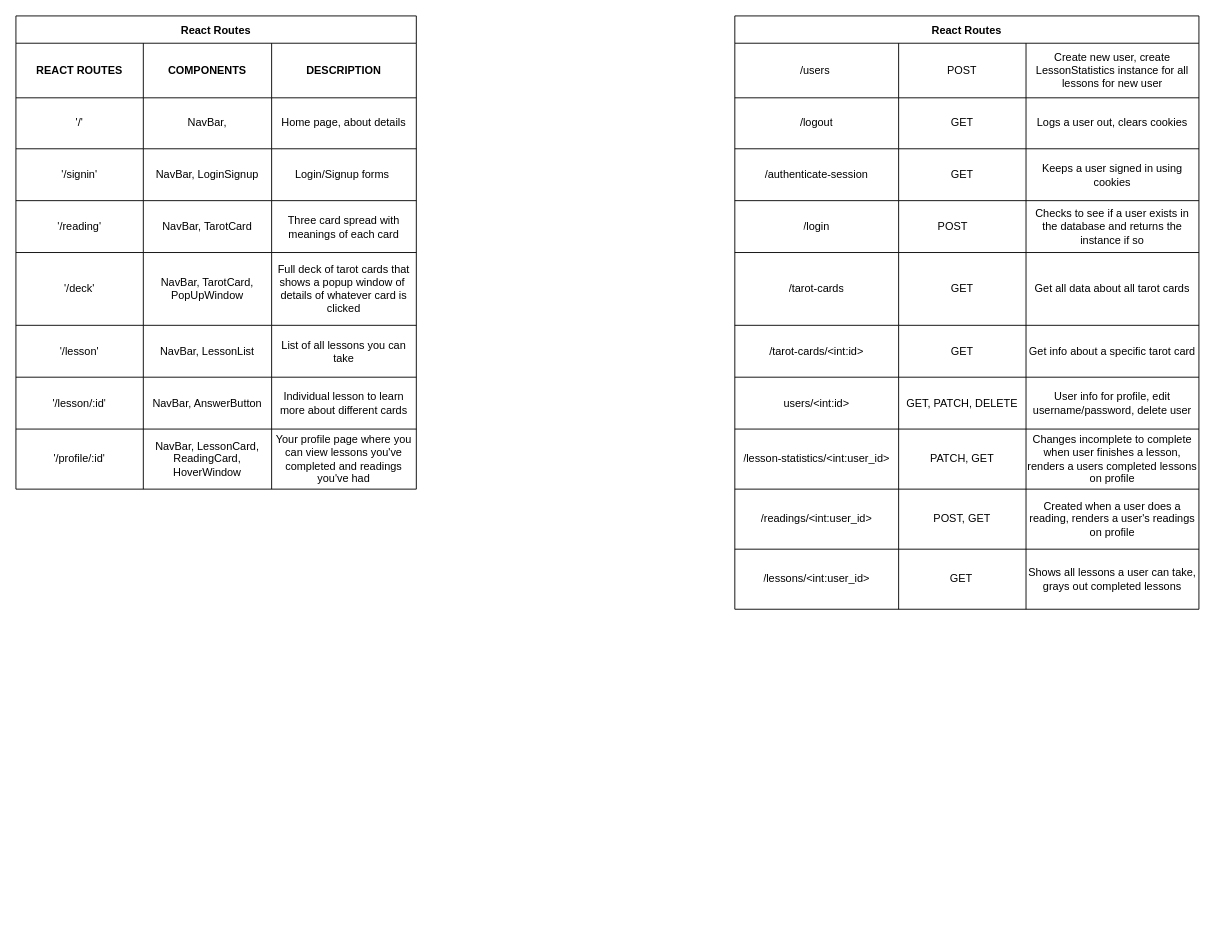
Earlier version of the draw.io diagram planning/routes.drawio (jasentm/read-me). Source tidied: cells renumbered, new cells numbered last; positions are measured from the earlier drawing's top-left corner, leaving out a move shared by most shapes. Both pictures are drawn from the tidied source at 91%, with x=0, y=0 at pixel (15, 15).
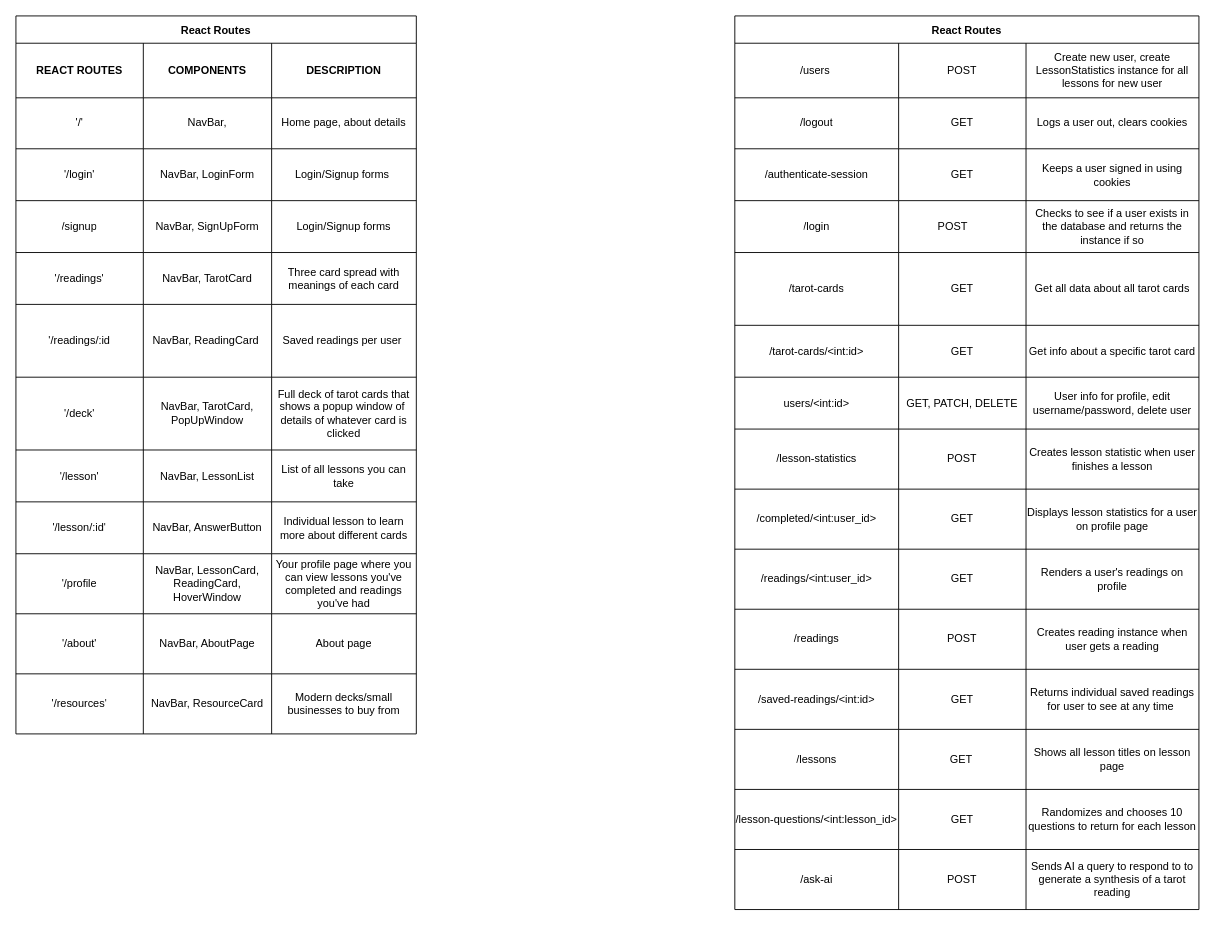
The same page after the edit.

The change refers to these unchanged cells:
```xml
<mxCell id="11" style="shape=tableRow;horizontal=0;startSize=0;swimlaneHead=0;swimlaneBody=0;top=0;left=0;bottom=0;right=0;fillColor=none;" parent="2" vertex="1">
  <mxGeometry y="146" width="440" height="57" as="geometry" />
</mxCell>
<mxCell id="64" style="shape=tableRow;horizontal=0;startSize=0;swimlaneHead=0;swimlaneBody=0;top=0;left=0;bottom=0;right=0;fillColor=none;" parent="35" vertex="1">
  <mxGeometry y="454" width="510" height="66" as="geometry" />
</mxCell>
```

What changed in the source:
```diff
@@
     <mxCell id="2" value="React Routes" style="shape=table;startSize=30;childLayout=tableLayout;fontStyle=1;align=center;" parent="1" vertex="1">
-      <mxGeometry width="440" height="520" as="geometry" />
+      <mxGeometry width="440" height="789" as="geometry" />
     </mxCell>
@@
-    <mxCell id="12" value="'/signin'" style="shape=partialRectangle;html=1;whiteSpace=wrap;fillColor=none;top=0;left=0;bottom=0;right=0;overflow=hidden;" parent="11" vertex="1">
+    <mxCell id="12" value="'/login'" style="shape=partialRectangle;html=1;whiteSpace=wrap;fillColor=none;top=0;left=0;bottom=0;right=0;overflow=hidden;" parent="11" vertex="1">
       <mxGeometry width="140" height="57" as="geometry" />
     </mxCell>
-    <mxCell id="13" value="NavBar, LoginSignup" style="shape=partialRectangle;html=1;whiteSpace=wrap;fillColor=none;top=0;left=0;bottom=0;right=0;overflow=hidden;" parent="11" vertex="1">
+    <mxCell id="13" value="NavBar, LoginForm" style="shape=partialRectangle;html=1;whiteSpace=wrap;fillColor=none;top=0;left=0;bottom=0;right=0;overflow=hidden;" parent="11" vertex="1">
       <mxGeometry x="140" width="141" height="57" as="geometry" />
     </mxCell>
@@
+    <mxCell id="76" style="shape=tableRow;horizontal=0;startSize=0;swimlaneHead=0;swimlaneBody=0;top=0;left=0;bottom=0;right=0;fillColor=none;" parent="2" vertex="1">
+      <mxGeometry y="203" width="440" height="57" as="geometry" />
+    </mxCell>
+    <mxCell id="77" value="/signup" style="shape=partialRectangle;html=1;whiteSpace=wrap;fillColor=none;top=0;left=0;bottom=0;right=0;overflow=hidden;" parent="76" vertex="1">
+      <mxGeometry width="140" height="57" as="geometry" />
+    </mxCell>
+    <mxCell id="78" value="NavBar, SignUpForm" style="shape=partialRectangle;html=1;whiteSpace=wrap;fillColor=none;top=0;left=0;bottom=0;right=0;overflow=hidden;" parent="76" vertex="1">
+      <mxGeometry x="140" width="141" height="57" as="geometry" />
+    </mxCell>
+    <mxCell id="79" value="Login/Signup forms" style="shape=partialRectangle;html=1;whiteSpace=wrap;fillColor=none;top=0;left=0;bottom=0;right=0;overflow=hidden;" parent="76" vertex="1">
+      <mxGeometry x="281" width="159" height="57" as="geometry" />
+    </mxCell>
     <mxCell id="15" style="shape=tableRow;horizontal=0;startSize=0;swimlaneHead=0;swimlaneBody=0;top=0;left=0;bottom=0;right=0;fillColor=none;" parent="2" vertex="1">
-      <mxGeometry y="203" width="440" height="57" as="geometry" />
+      <mxGeometry y="260" width="440" height="57" as="geometry" />
     </mxCell>
-    <mxCell id="16" value="'/reading'" style="shape=partialRectangle;html=1;whiteSpace=wrap;fillColor=none;top=0;left=0;bottom=0;right=0;overflow=hidden;" parent="15" vertex="1">
+    <mxCell id="16" value="'/readings'" style="shape=partialRectangle;html=1;whiteSpace=wrap;fillColor=none;top=0;left=0;bottom=0;right=0;overflow=hidden;" parent="15" vertex="1">
       <mxGeometry width="140" height="57" as="geometry" />
     </mxCell>
@@
+    <mxCell id="80" style="shape=tableRow;horizontal=0;startSize=0;swimlaneHead=0;swimlaneBody=0;top=0;left=0;bottom=0;right=0;fillColor=none;" parent="2" vertex="1">
+      <mxGeometry y="317" width="440" height="80" as="geometry" />
+    </mxCell>
+    <mxCell id="81" value="'/readings/:id" style="shape=partialRectangle;html=1;whiteSpace=wrap;fillColor=none;top=0;left=0;bottom=0;right=0;overflow=hidden;" parent="80" vertex="1">
+      <mxGeometry width="140" height="80" as="geometry" />
+    </mxCell>
+    <mxCell id="82" value="NavBar, ReadingCard&amp;nbsp;" style="shape=partialRectangle;html=1;whiteSpace=wrap;fillColor=none;top=0;left=0;bottom=0;right=0;overflow=hidden;" parent="80" vertex="1">
+      <mxGeometry x="140" width="141" height="80" as="geometry" />
+    </mxCell>
+    <mxCell id="83" value="Saved readings per user&amp;nbsp;" style="shape=partialRectangle;html=1;whiteSpace=wrap;fillColor=none;top=0;left=0;bottom=0;right=0;overflow=hidden;" parent="80" vertex="1">
+      <mxGeometry x="281" width="159" height="80" as="geometry" />
+    </mxCell>
     <mxCell id="19" style="shape=tableRow;horizontal=0;startSize=0;swimlaneHead=0;swimlaneBody=0;top=0;left=0;bottom=0;right=0;fillColor=none;" parent="2" vertex="1">
-      <mxGeometry y="260" width="440" height="80" as="geometry" />
+      <mxGeometry y="397" width="440" height="80" as="geometry" />
     </mxCell>
@@
     <mxCell id="23" style="shape=tableRow;horizontal=0;startSize=0;swimlaneHead=0;swimlaneBody=0;top=0;left=0;bottom=0;right=0;fillColor=none;" parent="2" vertex="1">
-      <mxGeometry y="340" width="440" height="57" as="geometry" />
+      <mxGeometry y="477" width="440" height="57" as="geometry" />
     </mxCell>
@@
     <mxCell id="27" style="shape=tableRow;horizontal=0;startSize=0;swimlaneHead=0;swimlaneBody=0;top=0;left=0;bottom=0;right=0;fillColor=none;" parent="2" vertex="1">
-      <mxGeometry y="397" width="440" height="57" as="geometry" />
+      <mxGeometry y="534" width="440" height="57" as="geometry" />
     </mxCell>
@@
     <mxCell id="31" style="shape=tableRow;horizontal=0;startSize=0;swimlaneHead=0;swimlaneBody=0;top=0;left=0;bottom=0;right=0;fillColor=none;" parent="2" vertex="1">
-      <mxGeometry y="454" width="440" height="66" as="geometry" />
+      <mxGeometry y="591" width="440" height="66" as="geometry" />
     </mxCell>
-    <mxCell id="32" value="'/profile/:id'" style="shape=partialRectangle;html=1;whiteSpace=wrap;fillColor=none;top=0;left=0;bottom=0;right=0;overflow=hidden;" parent="31" vertex="1">
+    <mxCell id="32" value="'/profile" style="shape=partialRectangle;html=1;whiteSpace=wrap;fillColor=none;top=0;left=0;bottom=0;right=0;overflow=hidden;" parent="31" vertex="1">
       <mxGeometry width="140" height="66" as="geometry" />
     </mxCell>
@@
+    <mxCell id="84" style="shape=tableRow;horizontal=0;startSize=0;swimlaneHead=0;swimlaneBody=0;top=0;left=0;bottom=0;right=0;fillColor=none;" parent="2" vertex="1">
+      <mxGeometry y="657" width="440" height="66" as="geometry" />
+    </mxCell>
+    <mxCell id="85" value="'/about'" style="shape=partialRectangle;html=1;whiteSpace=wrap;fillColor=none;top=0;left=0;bottom=0;right=0;overflow=hidden;" parent="84" vertex="1">
+      <mxGeometry width="140" height="66" as="geometry" />
+    </mxCell>
+    <mxCell id="86" value="NavBar, AboutPage" style="shape=partialRectangle;html=1;whiteSpace=wrap;fillColor=none;top=0;left=0;bottom=0;right=0;overflow=hidden;" parent="84" vertex="1">
+      <mxGeometry x="140" width="141" height="66" as="geometry" />
+    </mxCell>
+    <mxCell id="87" value="About page" style="shape=partialRectangle;html=1;whiteSpace=wrap;fillColor=none;top=0;left=0;bottom=0;right=0;overflow=hidden;" parent="84" vertex="1">
+      <mxGeometry x="281" width="159" height="66" as="geometry" />
+    </mxCell>
+    <mxCell id="88" style="shape=tableRow;horizontal=0;startSize=0;swimlaneHead=0;swimlaneBody=0;top=0;left=0;bottom=0;right=0;fillColor=none;" parent="2" vertex="1">
+      <mxGeometry y="723" width="440" height="66" as="geometry" />
+    </mxCell>
+    <mxCell id="89" value="'/resources'" style="shape=partialRectangle;html=1;whiteSpace=wrap;fillColor=none;top=0;left=0;bottom=0;right=0;overflow=hidden;" parent="88" vertex="1">
+      <mxGeometry width="140" height="66" as="geometry" />
+    </mxCell>
+    <mxCell id="90" value="NavBar, ResourceCard" style="shape=partialRectangle;html=1;whiteSpace=wrap;fillColor=none;top=0;left=0;bottom=0;right=0;overflow=hidden;" parent="88" vertex="1">
+      <mxGeometry x="140" width="141" height="66" as="geometry" />
+    </mxCell>
+    <mxCell id="91" value="Modern decks/small businesses to buy from" style="shape=partialRectangle;html=1;whiteSpace=wrap;fillColor=none;top=0;left=0;bottom=0;right=0;overflow=hidden;" parent="88" vertex="1">
+      <mxGeometry x="281" width="159" height="66" as="geometry" />
+    </mxCell>
     <mxCell id="35" value="React Routes" style="shape=table;startSize=30;childLayout=tableLayout;fontStyle=1;align=center;" parent="1" vertex="1">
-      <mxGeometry x="790" width="510" height="652" as="geometry" />
+      <mxGeometry x="790" width="510" height="982" as="geometry" />
     </mxCell>
@@
-    <mxCell id="65" value="/lesson-statistics/&amp;lt;int:user_id&amp;gt;" style="shape=partialRectangle;html=1;whiteSpace=wrap;fillColor=none;top=0;left=0;bottom=0;right=0;overflow=hidden;" parent="64" vertex="1">
+    <mxCell id="65" value="/lesson-statistics" style="shape=partialRectangle;html=1;whiteSpace=wrap;fillColor=none;top=0;left=0;bottom=0;right=0;overflow=hidden;" parent="64" vertex="1">
       <mxGeometry width="180" height="66" as="geometry" />
     </mxCell>
-    <mxCell id="66" value="PATCH, GET" style="shape=partialRectangle;html=1;whiteSpace=wrap;fillColor=none;top=0;left=0;bottom=0;right=0;overflow=hidden;" parent="64" vertex="1">
+    <mxCell id="66" value="POST" style="shape=partialRectangle;html=1;whiteSpace=wrap;fillColor=none;top=0;left=0;bottom=0;right=0;overflow=hidden;" parent="64" vertex="1">
       <mxGeometry x="180" width="140" height="66" as="geometry" />
     </mxCell>
-    <mxCell id="67" value="Changes incomplete to complete when user finishes a lesson, renders a users completed lessons on profile" style="shape=partialRectangle;html=1;whiteSpace=wrap;fillColor=none;top=0;left=0;bottom=0;right=0;overflow=hidden;" parent="64" vertex="1">
+    <mxCell id="67" value="Creates lesson statistic when user finishes a lesson" style="shape=partialRectangle;html=1;whiteSpace=wrap;fillColor=none;top=0;left=0;bottom=0;right=0;overflow=hidden;" parent="64" vertex="1">
       <mxGeometry x="320" width="190" height="66" as="geometry" />
     </mxCell>
+    <mxCell id="92" style="shape=tableRow;horizontal=0;startSize=0;swimlaneHead=0;swimlaneBody=0;top=0;left=0;bottom=0;right=0;fillColor=none;" parent="35" vertex="1">
+      <mxGeometry y="520" width="510" height="66" as="geometry" />
+    </mxCell>
+    <mxCell id="93" value="/completed/&amp;lt;int:user_id&amp;gt;" style="shape=partialRectangle;html=1;whiteSpace=wrap;fillColor=none;top=0;left=0;bottom=0;right=0;overflow=hidden;" parent="92" vertex="1">
+      <mxGeometry width="180" height="66" as="geometry" />
+    </mxCell>
+    <mxCell id="94" value="GET" style="shape=partialRectangle;html=1;whiteSpace=wrap;fillColor=none;top=0;left=0;bottom=0;right=0;overflow=hidden;" parent="92" vertex="1">
+      <mxGeometry x="180" width="140" height="66" as="geometry" />
+    </mxCell>
+    <mxCell id="95" value="Displays lesson statistics for a user on profile page" style="shape=partialRectangle;html=1;whiteSpace=wrap;fillColor=none;top=0;left=0;bottom=0;right=0;overflow=hidden;" parent="92" vertex="1">
+      <mxGeometry x="320" width="190" height="66" as="geometry" />
+    </mxCell>
     <mxCell id="68" style="shape=tableRow;horizontal=0;startSize=0;swimlaneHead=0;swimlaneBody=0;top=0;left=0;bottom=0;right=0;fillColor=none;" parent="35" vertex="1">
-      <mxGeometry y="520" width="510" height="66" as="geometry" />
+      <mxGeometry y="586" width="510" height="66" as="geometry" />
     </mxCell>
@@
-    <mxCell id="70" value="POST, GET" style="shape=partialRectangle;html=1;whiteSpace=wrap;fillColor=none;top=0;left=0;bottom=0;right=0;overflow=hidden;" parent="68" vertex="1">
+    <mxCell id="70" value="GET" style="shape=partialRectangle;html=1;whiteSpace=wrap;fillColor=none;top=0;left=0;bottom=0;right=0;overflow=hidden;" parent="68" vertex="1">
       <mxGeometry x="180" width="140" height="66" as="geometry" />
     </mxCell>
-    <mxCell id="71" value="Created when a user does a reading, renders a user's readings on profile" style="shape=partialRectangle;html=1;whiteSpace=wrap;fillColor=none;top=0;left=0;bottom=0;right=0;overflow=hidden;" parent="68" vertex="1">
+    <mxCell id="71" value="Renders a user's readings on profile" style="shape=partialRectangle;html=1;whiteSpace=wrap;fillColor=none;top=0;left=0;bottom=0;right=0;overflow=hidden;" parent="68" vertex="1">
       <mxGeometry x="320" width="190" height="66" as="geometry" />
     </mxCell>
+    <mxCell id="96" style="shape=tableRow;horizontal=0;startSize=0;swimlaneHead=0;swimlaneBody=0;top=0;left=0;bottom=0;right=0;fillColor=none;" parent="35" vertex="1">
+      <mxGeometry y="652" width="510" height="66" as="geometry" />
+    </mxCell>
+    <mxCell id="97" value="/readings" style="shape=partialRectangle;html=1;whiteSpace=wrap;fillColor=none;top=0;left=0;bottom=0;right=0;overflow=hidden;" parent="96" vertex="1">
+      <mxGeometry width="180" height="66" as="geometry" />
+    </mxCell>
+    <mxCell id="98" value="POST" style="shape=partialRectangle;html=1;whiteSpace=wrap;fillColor=none;top=0;left=0;bottom=0;right=0;overflow=hidden;" parent="96" vertex="1">
+      <mxGeometry x="180" width="140" height="66" as="geometry" />
+    </mxCell>
+    <mxCell id="99" value="Creates reading instance when user gets a reading" style="shape=partialRectangle;html=1;whiteSpace=wrap;fillColor=none;top=0;left=0;bottom=0;right=0;overflow=hidden;" parent="96" vertex="1">
+      <mxGeometry x="320" width="190" height="66" as="geometry" />
+    </mxCell>
+    <mxCell id="100" style="shape=tableRow;horizontal=0;startSize=0;swimlaneHead=0;swimlaneBody=0;top=0;left=0;bottom=0;right=0;fillColor=none;" parent="35" vertex="1">
+      <mxGeometry y="718" width="510" height="66" as="geometry" />
+    </mxCell>
+    <mxCell id="101" value="/saved-readings/&amp;lt;int:id&amp;gt;" style="shape=partialRectangle;html=1;whiteSpace=wrap;fillColor=none;top=0;left=0;bottom=0;right=0;overflow=hidden;" parent="100" vertex="1">
+      <mxGeometry width="180" height="66" as="geometry" />
+    </mxCell>
+    <mxCell id="102" value="GET" style="shape=partialRectangle;html=1;whiteSpace=wrap;fillColor=none;top=0;left=0;bottom=0;right=0;overflow=hidden;" parent="100" vertex="1">
+      <mxGeometry x="180" width="140" height="66" as="geometry" />
+    </mxCell>
+    <mxCell id="103" value="Returns individual saved readings for user to see at any time&amp;nbsp;" style="shape=partialRectangle;html=1;whiteSpace=wrap;fillColor=none;top=0;left=0;bottom=0;right=0;overflow=hidden;" parent="100" vertex="1">
+      <mxGeometry x="320" width="190" height="66" as="geometry" />
+    </mxCell>
     <mxCell id="72" style="shape=tableRow;horizontal=0;startSize=0;swimlaneHead=0;swimlaneBody=0;top=0;left=0;bottom=0;right=0;fillColor=none;" parent="35" vertex="1">
-      <mxGeometry y="586" width="510" height="66" as="geometry" />
+      <mxGeometry y="784" width="510" height="66" as="geometry" />
     </mxCell>
-    <mxCell id="73" value="/lessons/&amp;lt;int:user_id&amp;gt;" style="shape=partialRectangle;html=1;whiteSpace=wrap;fillColor=none;top=0;left=0;bottom=0;right=0;overflow=hidden;" parent="72" vertex="1">
+    <mxCell id="73" value="/lessons" style="shape=partialRectangle;html=1;whiteSpace=wrap;fillColor=none;top=0;left=0;bottom=0;right=0;overflow=hidden;" parent="72" vertex="1">
       <mxGeometry width="180" height="66" as="geometry" />
     </mxCell>
@@
-    <mxCell id="75" value="Shows all lessons a user can take, grays out completed lessons" style="shape=partialRectangle;html=1;whiteSpace=wrap;fillColor=none;top=0;left=0;bottom=0;right=0;overflow=hidden;" parent="72" vertex="1">
+    <mxCell id="75" value="Shows all lesson titles on lesson page" style="shape=partialRectangle;html=1;whiteSpace=wrap;fillColor=none;top=0;left=0;bottom=0;right=0;overflow=hidden;" parent="72" vertex="1">
       <mxGeometry x="320" width="190" height="66" as="geometry" />
     </mxCell>
+    <mxCell id="104" style="shape=tableRow;horizontal=0;startSize=0;swimlaneHead=0;swimlaneBody=0;top=0;left=0;bottom=0;right=0;fillColor=none;" parent="35" vertex="1">
+      <mxGeometry y="850" width="510" height="66" as="geometry" />
+    </mxCell>
+    <mxCell id="105" value="/lesson-questions/&amp;lt;int:lesson_id&amp;gt;" style="shape=partialRectangle;html=1;whiteSpace=wrap;fillColor=none;top=0;left=0;bottom=0;right=0;overflow=hidden;" parent="104" vertex="1">
+      <mxGeometry width="180" height="66" as="geometry" />
+    </mxCell>
+    <mxCell id="106" value="GET" style="shape=partialRectangle;html=1;whiteSpace=wrap;fillColor=none;top=0;left=0;bottom=0;right=0;overflow=hidden;" parent="104" vertex="1">
+      <mxGeometry x="180" width="140" height="66" as="geometry" />
+    </mxCell>
+    <mxCell id="107" value="Randomizes and chooses 10 questions to return for each lesson" style="shape=partialRectangle;html=1;whiteSpace=wrap;fillColor=none;top=0;left=0;bottom=0;right=0;overflow=hidden;" parent="104" vertex="1">
+      <mxGeometry x="320" width="190" height="66" as="geometry" />
+    </mxCell>
+    <mxCell id="108" style="shape=tableRow;horizontal=0;startSize=0;swimlaneHead=0;swimlaneBody=0;top=0;left=0;bottom=0;right=0;fillColor=none;" parent="35" vertex="1">
+      <mxGeometry y="916" width="510" height="66" as="geometry" />
+    </mxCell>
+    <mxCell id="109" value="/ask-ai" style="shape=partialRectangle;html=1;whiteSpace=wrap;fillColor=none;top=0;left=0;bottom=0;right=0;overflow=hidden;" parent="108" vertex="1">
+      <mxGeometry width="180" height="66" as="geometry" />
+    </mxCell>
+    <mxCell id="110" value="POST" style="shape=partialRectangle;html=1;whiteSpace=wrap;fillColor=none;top=0;left=0;bottom=0;right=0;overflow=hidden;" parent="108" vertex="1">
+      <mxGeometry x="180" width="140" height="66" as="geometry" />
+    </mxCell>
+    <mxCell id="111" value="Sends AI a query to respond to to generate a synthesis of a tarot reading" style="shape=partialRectangle;html=1;whiteSpace=wrap;fillColor=none;top=0;left=0;bottom=0;right=0;overflow=hidden;" parent="108" vertex="1">
+      <mxGeometry x="320" width="190" height="66" as="geometry" />
+    </mxCell>
```
